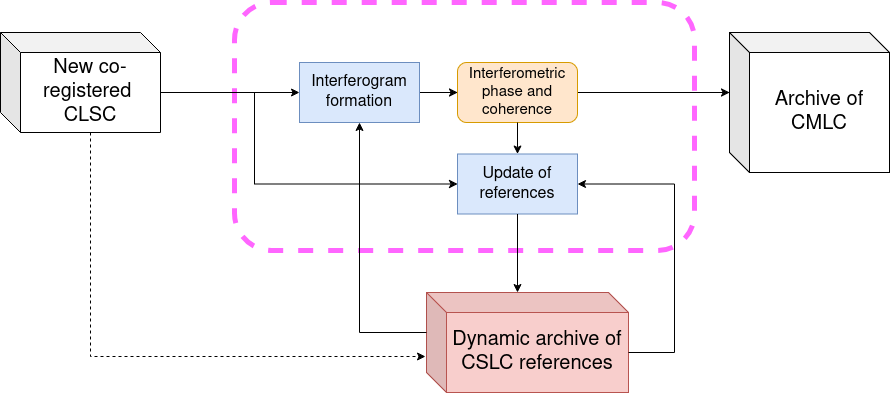
Above: docs/atbd_book/mlc/images/CMLC_generation.png in ROSE-L-ARD/cop-ard-atbd (draw.io), before the change. Source tidied: cells renumbered, new cells last; positions are measured from the earlier drawing's top-left corner, leaving out a move shared by most shapes.
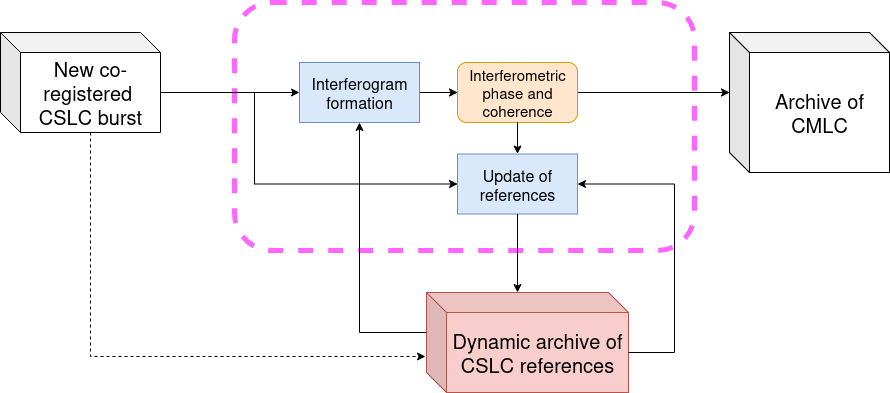
Later version of the same file.

The edit, as a diff of the source:
```diff
@@ -37,7 +37,7 @@
     <mxCell id="11" style="edgeStyle=orthogonalEdgeStyle;rounded=0;jettySize=auto;html=1;exitX=0;exitY=0;exitDx=160;exitDy=60;exitPerimeter=0;entryX=0;entryY=0.5;entryDx=0;entryDy=0;" parent="1" edge="1" source="12" target="3">
       <mxGeometry relative="1" as="geometry" />
     </mxCell>
-    <mxCell id="12" value="New co-registered&amp;nbsp; CLSC" style="shape=cube;whiteSpace=wrap;html=1;boundedLbl=1;backgroundOutline=1;darkOpacity=0.05;darkOpacity2=0.1;fontSize=20;" parent="1" vertex="1">
+    <mxCell id="12" value="New co-registered&amp;nbsp; CSLC burst" style="shape=cube;whiteSpace=wrap;html=1;boundedLbl=1;backgroundOutline=1;darkOpacity=0.05;darkOpacity2=0.1;fontSize=20;" parent="1" vertex="1">
       <mxGeometry y="30" width="160" height="100" as="geometry" />
     </mxCell>
     <mxCell id="13" style="endArrow=classic;html=1;rounded=0;exitX=0.5;exitY=1;exitDx=0;exitDy=0;entryX=0.5;entryY=0;entryDx=0;entryDy=0;" parent="1" edge="1" source="7" target="9">
```
